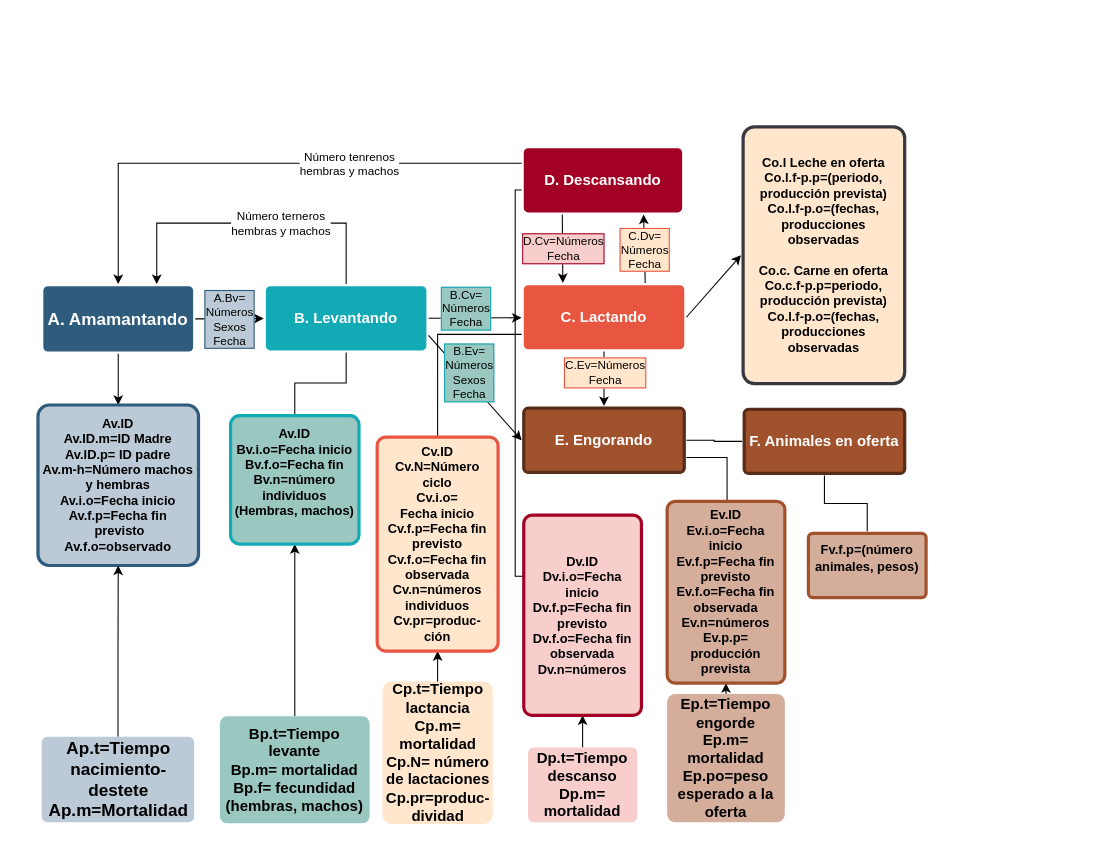
Above: CiclosBovinos.drawio in stdupas/app.agromaker (draw.io), before the change. Source tidied: cells renumbered, new cells numbered last; positions are measured from the earlier drawing's top-left corner, leaving out a move shared by most shapes. Both pictures are drawn from the tidied source at 107%, with x=0, y=0 at pixel (37, 126).
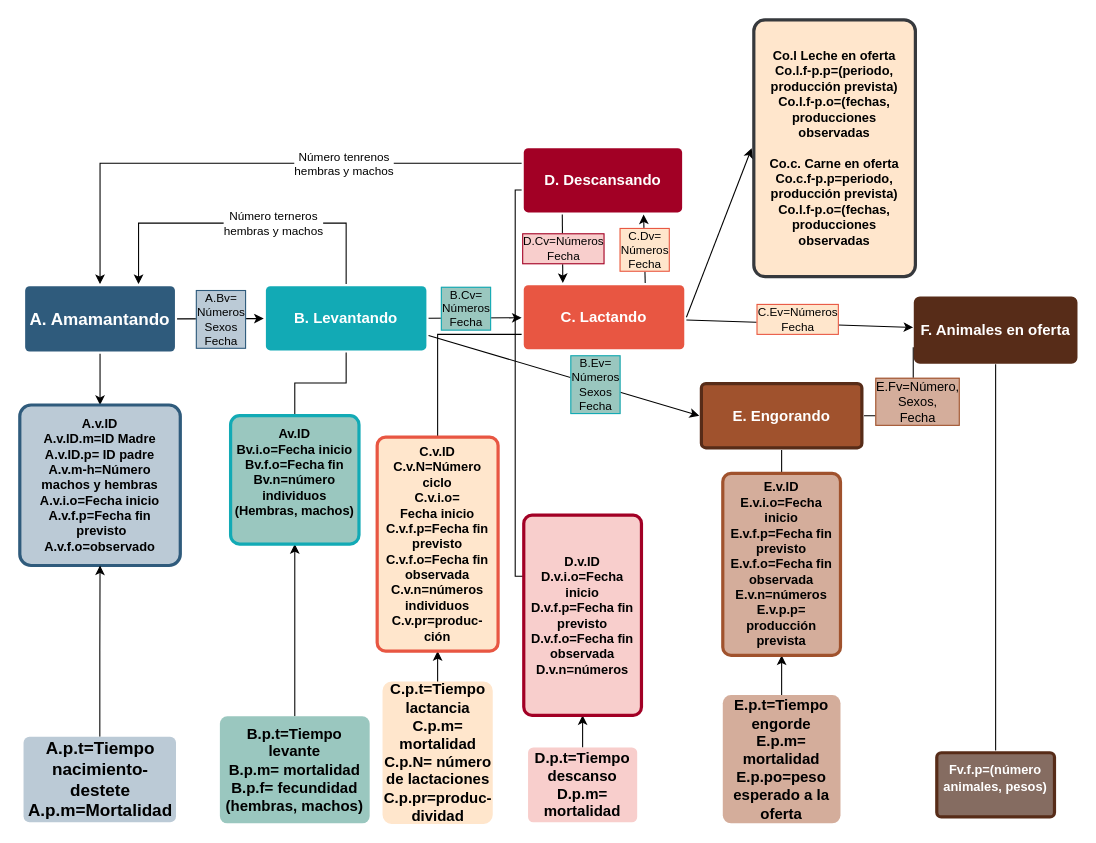
The same diagram, later.

Unchanged cells that the change refers to:
```xml
<mxCell id="4" value="C. Lactando" style="rounded=1;whiteSpace=wrap;html=1;shadow=0;labelBackgroundColor=none;strokeColor=none;strokeWidth=3;fillColor=#e85642;fontFamily=Helvetica;fontSize=14;fontColor=#FFFFFF;align=center;spacing=5;fontStyle=1;arcSize=7;perimeterSpacing=2;" parent="1" vertex="1">
  <mxGeometry x="454" y="148" width="150" height="60" as="geometry" />
</mxCell>
<mxCell id="12" value="B. Levantando" style="rounded=1;whiteSpace=wrap;html=1;shadow=0;labelBackgroundColor=none;strokeColor=none;strokeWidth=3;fillColor=#12aab5;fontFamily=Helvetica;fontSize=14;fontColor=#FFFFFF;align=center;spacing=5;fontStyle=1;arcSize=7;perimeterSpacing=2;" parent="1" vertex="1">
  <mxGeometry x="213" y="149" width="150" height="60" as="geometry" />
</mxCell>
<mxCell id="35" style="endArrow=classic;html=1;rounded=0;exitX=1;exitY=0.75;exitDx=0;exitDy=0;entryX=0;entryY=0.5;entryDx=0;entryDy=0;" parent="1" edge="1" source="12" target="7">
  <mxGeometry relative="1" as="geometry" />
</mxCell>
```

Change to the diagram source:
```diff
@@
     <mxCell id="3" value="A. Amamantando" style="rounded=1;whiteSpace=wrap;html=1;shadow=0;labelBackgroundColor=none;strokeColor=none;strokeWidth=3;fillColor=#2F5B7C;fontFamily=Helvetica;fontSize=16;fontColor=#FFFFFF;align=center;fontStyle=1;spacing=5;arcSize=7;perimeterSpacing=2;" parent="1" vertex="1">
-      <mxGeometry x="5" y="149" width="140" height="61" as="geometry" />
+      <mxGeometry x="-12" y="149" width="140" height="61" as="geometry" />
     </mxCell>
@@
     <mxCell id="5" value="&lt;div style=&quot;font-size: 12px;&quot;&gt;&lt;font style=&quot;font-size: 12px;&quot;&gt;&lt;b&gt;&lt;font style=&quot;font-size: 12px;&quot; color=&quot;#000000&quot;&gt;Co.l Leche en oferta&lt;/font&gt;&lt;/b&gt;&lt;/font&gt;&lt;div&gt;&lt;font style=&quot;font-size: 12px;&quot;&gt;&lt;b&gt;&lt;font style=&quot;font-size: 12px;&quot; color=&quot;#000000&quot;&gt;Co.l.f-p.p=(periodo, producción prevista)&lt;br&gt;&lt;/font&gt;&lt;/b&gt;&lt;/font&gt;&lt;/div&gt;&lt;div&gt;&lt;font style=&quot;font-size: 12px;&quot; color=&quot;#000000&quot;&gt;&lt;b&gt;Co.l.f-p.o=(fechas, producciones observadas&lt;/b&gt;&lt;/font&gt;&lt;/div&gt;&lt;div&gt;&lt;font style=&quot;font-size: 12px;&quot; color=&quot;#000000&quot;&gt;&lt;b&gt;&lt;br&gt;&lt;/b&gt;&lt;/font&gt;&lt;/div&gt;&lt;div&gt;&lt;font style=&quot;font-size: 12px;&quot; color=&quot;#000000&quot;&gt;&lt;b&gt;Co.c. Carne en oferta Co.c.f-p.p=&lt;/b&gt;&lt;/font&gt;&lt;font style=&quot;font-size: 12px;&quot;&gt;&lt;b&gt;&lt;font style=&quot;font-size: 12px;&quot; color=&quot;#000000&quot;&gt;periodo, producción prevista)&lt;br&gt;&lt;/font&gt;&lt;/b&gt;&lt;/font&gt;&lt;div&gt;&lt;font style=&quot;font-size: 12px;&quot; color=&quot;#000000&quot;&gt;&lt;b&gt;Co.l.f-p.o=(fechas, producciones observadas&lt;/b&gt;&lt;/font&gt;&lt;/div&gt;&lt;/div&gt;&lt;/div&gt;" style="rounded=1;whiteSpace=wrap;html=1;shadow=0;labelBackgroundColor=none;strokeColor=#36393D;strokeWidth=3;fillColor=#FFE6CC;fontFamily=Helvetica;fontSize=14;align=center;spacing=5;fontStyle=0;arcSize=7;perimeterSpacing=2;fontColor=#FFFFFF;" parent="1" vertex="1">
-      <mxGeometry x="659" width="151" height="240" as="geometry" />
+      <mxGeometry x="669" y="-100" width="151" height="240" as="geometry" />
     </mxCell>
-    <mxCell id="6" style="edgeStyle=orthogonalEdgeStyle;rounded=0;jettySize=auto;html=1;fontSize=12;fontColor=#000000;endArrow=none;endFill=0;" parent="1" edge="1" source="7" target="48">
+    <mxCell id="6" style="edgeStyle=orthogonalEdgeStyle;rounded=0;jettySize=auto;html=1;fontSize=12;fontColor=#000000;endArrow=none;endFill=0;entryX=0;entryY=0.75;entryDx=0;entryDy=0;" parent="1" edge="1" source="7" target="48">
       <mxGeometry relative="1" as="geometry" />
     </mxCell>
+    <mxCell id="49" value="&lt;div&gt;E.Fv=Número, &lt;br&gt;&lt;/div&gt;&lt;div&gt;Sexos, &lt;br&gt;&lt;/div&gt;&lt;div&gt;Fecha&lt;/div&gt;" style="edgeLabel;html=1;align=center;verticalAlign=middle;fontSize=12;fontColor=#000000;labelBackgroundColor=#D4AD9B;labelBorderColor=#A0522D;" parent="6" vertex="1">
+      <mxGeometry x="-0.15" relative="1" as="geometry">
+        <mxPoint x="3" y="-13" as="offset" />
+      </mxGeometry>
+    </mxCell>
     <mxCell id="7" value="E. Engorando" style="rounded=1;whiteSpace=wrap;html=1;shadow=0;labelBackgroundColor=none;strokeColor=#572C18;strokeWidth=3;fillColor=#A0522D;fontFamily=Helvetica;fontSize=14;fontColor=#FFFFFF;align=center;spacing=5;fontStyle=1;arcSize=7;perimeterSpacing=2;" parent="1" vertex="1">
-      <mxGeometry x="454" y="263" width="150" height="60" as="geometry" />
+      <mxGeometry x="620" y="240" width="150" height="60" as="geometry" />
     </mxCell>
@@
-    <mxCell id="9" value="&lt;font style=&quot;font-size: 12px;&quot;&gt;&lt;b&gt;Fv.f.p=(número animales, pesos)&lt;br&gt;&lt;/b&gt;&lt;/font&gt;&lt;div style=&quot;font-size: 12px;&quot;&gt;&lt;font style=&quot;font-size: 12px;&quot;&gt;&lt;b&gt;&lt;br&gt;&lt;/b&gt;&lt;/font&gt;&lt;/div&gt;" style="rounded=1;whiteSpace=wrap;html=1;shadow=0;labelBackgroundColor=none;strokeColor=#A0522D;strokeWidth=3;fillColor=#D4AD9B;fontFamily=Helvetica;fontSize=14;fontColor=#000000;align=center;spacing=5;arcSize=7;perimeterSpacing=2;" parent="1" vertex="1">
-      <mxGeometry x="720" y="380" width="110" height="60" as="geometry" />
+    <mxCell id="9" value="&lt;font style=&quot;font-size: 12px;&quot; color=&quot;#ffffff&quot;&gt;&lt;b&gt;Fv.f.p=(número animales, pesos)&lt;br&gt;&lt;/b&gt;&lt;/font&gt;&lt;div style=&quot;font-size: 12px;&quot;&gt;&lt;font style=&quot;font-size: 12px;&quot; color=&quot;#ffffff&quot;&gt;&lt;b&gt;&lt;br&gt;&lt;/b&gt;&lt;/font&gt;&lt;/div&gt;" style="rounded=1;whiteSpace=wrap;html=1;shadow=0;labelBackgroundColor=none;strokeColor=#572C18;strokeWidth=3;fillColor=#856C61;fontFamily=Helvetica;fontSize=14;fontColor=#000000;align=center;spacing=5;arcSize=7;perimeterSpacing=2;" parent="1" vertex="1">
+      <mxGeometry x="840" y="585" width="110" height="60" as="geometry" />
     </mxCell>
     <mxCell id="10" style="edgeStyle=orthogonalEdgeStyle;rounded=0;jettySize=auto;html=1;exitX=0.5;exitY=0;exitDx=0;exitDy=0;entryX=0.75;entryY=0;entryDx=0;entryDy=0;endArrow=classic;endFill=1;" parent="1" edge="1" source="12" target="3">
       <mxGeometry relative="1" as="geometry">
         <Array as="points">
           <mxPoint x="288" y="90" />
-          <mxPoint x="111" y="90" />
+          <mxPoint x="94" y="90" />
         </Array>
       </mxGeometry>
     </mxCell>
@@
-    <mxCell id="16" value="&lt;div style=&quot;font-size: 12px;&quot;&gt;Av.ID&lt;/div&gt;&lt;div style=&quot;font-size: 12px;&quot;&gt;Av.ID.m=ID Madre&lt;br style=&quot;font-size: 12px;&quot;&gt;&lt;/div&gt;&lt;div style=&quot;font-size: 12px;&quot;&gt;Av.ID.p= ID padre&lt;/div&gt;&lt;div style=&quot;font-size: 12px;&quot;&gt;Av.m-h=Número machos y hembras&lt;/div&gt;&lt;div style=&quot;font-size: 12px;&quot;&gt;Av.i.o=Fecha inicio&lt;/div&gt;&lt;div style=&quot;font-size: 12px;&quot;&gt;Av.f.p=Fecha fin&lt;br style=&quot;font-size: 12px;&quot;&gt;&lt;/div&gt;&lt;div style=&quot;font-size: 12px;&quot;&gt;&amp;nbsp;previsto&lt;/div&gt;&lt;div style=&quot;font-size: 12px;&quot;&gt;Av.f.o=observado&lt;br style=&quot;font-size: 12px;&quot;&gt;&lt;/div&gt;" style="rounded=1;whiteSpace=wrap;html=1;fontSize=12;fillColor=#BBCAD6;strokeColor=#2F5B7C;fontColor=#000000;shadow=0;labelBackgroundColor=none;strokeWidth=3;fontStyle=1;spacing=5;arcSize=7;" parent="1" vertex="1">
-      <mxGeometry y="260" width="150" height="150" as="geometry" />
+    <mxCell id="16" value="&lt;div style=&quot;font-size: 12px;&quot;&gt;A.v.ID&lt;/div&gt;&lt;div style=&quot;font-size: 12px;&quot;&gt;A.v.ID.m=ID Madre&lt;br style=&quot;font-size: 12px;&quot;&gt;&lt;/div&gt;&lt;div style=&quot;font-size: 12px;&quot;&gt;A.v.ID.p= ID padre&lt;/div&gt;&lt;div style=&quot;font-size: 12px;&quot;&gt;A.v.m-h=Número machos y hembras&lt;/div&gt;&lt;div style=&quot;font-size: 12px;&quot;&gt;A.v.i.o=Fecha inicio&lt;/div&gt;&lt;div style=&quot;font-size: 12px;&quot;&gt;A.v.f.p=Fecha fin&lt;br style=&quot;font-size: 12px;&quot;&gt;&lt;/div&gt;&lt;div style=&quot;font-size: 12px;&quot;&gt;&amp;nbsp;previsto&lt;/div&gt;&lt;div style=&quot;font-size: 12px;&quot;&gt;A.v.f.o=observado&lt;br style=&quot;font-size: 12px;&quot;&gt;&lt;/div&gt;" style="rounded=1;whiteSpace=wrap;html=1;fontSize=12;fillColor=#BBCAD6;strokeColor=#2F5B7C;fontColor=#000000;shadow=0;labelBackgroundColor=none;strokeWidth=3;fontStyle=1;spacing=5;arcSize=7;" parent="1" vertex="1">
+      <mxGeometry x="-17" y="260" width="150" height="150" as="geometry" />
     </mxCell>
@@
-    <mxCell id="18" value="&lt;div&gt;Ap.t=Tiempo nacimiento-destete&lt;/div&gt;&lt;div&gt;Ap.m=Mortalidad&lt;br&gt;&lt;/div&gt;" style="rounded=1;whiteSpace=wrap;html=1;fontSize=16;fillColor=#BBCAD6;strokeColor=none;fontColor=#000000;shadow=0;labelBackgroundColor=none;strokeWidth=3;fontStyle=1;spacing=5;arcSize=7;" parent="1" vertex="1">
-      <mxGeometry x="3.5" y="570" width="142.5" height="80" as="geometry" />
+    <mxCell id="18" value="&lt;div&gt;A.p.t=Tiempo nacimiento-destete&lt;/div&gt;&lt;div&gt;A.p.m=Mortalidad&lt;br&gt;&lt;/div&gt;" style="rounded=1;whiteSpace=wrap;html=1;fontSize=16;fillColor=#BBCAD6;strokeColor=none;fontColor=#000000;shadow=0;labelBackgroundColor=none;strokeWidth=3;fontStyle=1;spacing=5;arcSize=7;" parent="1" vertex="1">
+      <mxGeometry x="-13.5" y="570" width="142.5" height="80" as="geometry" />
     </mxCell>
@@
-    <mxCell id="20" value="&lt;div&gt;Bp.t=Tiempo levante&lt;/div&gt;&lt;div&gt;Bp.m= mortalidad&lt;/div&gt;&lt;div&gt;Bp.f= fecundidad (hembras, machos)&lt;br&gt;&lt;/div&gt;" style="rounded=1;whiteSpace=wrap;html=1;fontSize=14;fillColor=#9AC7BF;strokeColor=none;fontColor=#000000;shadow=0;labelBackgroundColor=none;strokeWidth=3;spacing=5;fontStyle=1;arcSize=7;" parent="1" vertex="1">
+    <mxCell id="20" value="&lt;div&gt;B.p.t=Tiempo levante&lt;/div&gt;&lt;div&gt;B.p.m= mortalidad&lt;/div&gt;&lt;div&gt;B.p.f= fecundidad (hembras, machos)&lt;br&gt;&lt;/div&gt;" style="rounded=1;whiteSpace=wrap;html=1;fontSize=14;fillColor=#9AC7BF;strokeColor=none;fontColor=#000000;shadow=0;labelBackgroundColor=none;strokeWidth=3;spacing=5;fontStyle=1;arcSize=7;" parent="1" vertex="1">
       <mxGeometry x="170" y="551" width="140" height="100" as="geometry" />
     </mxCell>
@@
-    <mxCell id="22" value="&lt;div&gt;Cp.t=Tiempo lactancia Cp.m= mortalidad&lt;/div&gt;&lt;div&gt;Cp.N= número de lactaciones&lt;/div&gt;&lt;div&gt;Cp.pr=produc- dividad&lt;br&gt;&lt;/div&gt;" style="rounded=1;whiteSpace=wrap;html=1;fontSize=14;fillColor=#FFE6CC;strokeColor=#FFE6CC;fontColor=#000000;shadow=0;labelBackgroundColor=none;strokeWidth=3;spacing=5;fontStyle=1;arcSize=7;" parent="1" vertex="1">
+    <mxCell id="22" value="&lt;div&gt;C.p.t=Tiempo lactancia C.p.m= mortalidad&lt;/div&gt;&lt;div&gt;C.p.N= número de lactaciones&lt;/div&gt;&lt;div&gt;C.p.pr=produc- dividad&lt;br&gt;&lt;/div&gt;" style="rounded=1;whiteSpace=wrap;html=1;fontSize=14;fillColor=#FFE6CC;strokeColor=#FFE6CC;fontColor=#000000;shadow=0;labelBackgroundColor=none;strokeWidth=3;spacing=5;fontStyle=1;arcSize=7;" parent="1" vertex="1">
       <mxGeometry x="323.5" y="520" width="100" height="130" as="geometry" />
     </mxCell>
@@
-    <mxCell id="24" value="&lt;div&gt;Ep.t=Tiempo engorde&lt;/div&gt;&lt;div&gt;Ep.m= mortalidad&lt;/div&gt;&lt;div&gt;Ep.po=peso esperado a la oferta&lt;br&gt;&lt;/div&gt;" style="rounded=1;whiteSpace=wrap;html=1;fontSize=14;fillColor=#D4AD9B;strokeColor=none;fontColor=#000000;shadow=0;labelBackgroundColor=none;strokeWidth=3;spacing=5;fontStyle=1;arcSize=7;" parent="1" vertex="1">
-      <mxGeometry x="588" y="530" width="110" height="120" as="geometry" />
+    <mxCell id="24" value="&lt;div&gt;E.p.t=Tiempo engorde&lt;/div&gt;&lt;div&gt;E.p.m= mortalidad&lt;/div&gt;&lt;div&gt;E.p.po=peso esperado a la oferta&lt;br&gt;&lt;/div&gt;" style="rounded=1;whiteSpace=wrap;html=1;fontSize=14;fillColor=#D4AD9B;strokeColor=none;fontColor=#000000;shadow=0;labelBackgroundColor=none;strokeWidth=3;spacing=5;fontStyle=1;arcSize=7;" parent="1" vertex="1">
+      <mxGeometry x="640" y="531" width="110" height="120" as="geometry" />
     </mxCell>
@@
-    <mxCell id="26" value="Dp.t=Tiempo descanso Dp.m= mortalidad" style="rounded=1;whiteSpace=wrap;html=1;fontSize=14;fillColor=#F8CECC;strokeColor=none;fontColor=#000000;shadow=0;labelBackgroundColor=none;strokeWidth=3;spacing=5;fontStyle=1;arcSize=7;" parent="1" vertex="1">
+    <mxCell id="26" value="D.p.t=Tiempo descanso D.p.m= mortalidad" style="rounded=1;whiteSpace=wrap;html=1;fontSize=14;fillColor=#F8CECC;strokeColor=none;fontColor=#000000;shadow=0;labelBackgroundColor=none;strokeWidth=3;spacing=5;fontStyle=1;arcSize=7;" parent="1" vertex="1">
       <mxGeometry x="458" y="580" width="102" height="70" as="geometry" />
     </mxCell>
@@
-    <mxCell id="29" style="edgeStyle=orthogonalEdgeStyle;rounded=0;jettySize=auto;html=1;entryX=1;entryY=0.75;entryDx=0;entryDy=0;endArrow=none;endFill=0;" parent="1" edge="1" source="30" target="7">
+    <mxCell id="29" style="edgeStyle=orthogonalEdgeStyle;rounded=0;jettySize=auto;html=1;entryX=0.5;entryY=1;entryDx=0;entryDy=0;endArrow=none;endFill=0;exitX=0.5;exitY=0;exitDx=0;exitDy=0;" parent="1" edge="1" source="30" target="7">
       <mxGeometry relative="1" as="geometry">
         <Array as="points">
-          <mxPoint x="644" y="309" />
+          <mxPoint x="695" y="340" />
+          <mxPoint x="695" y="340" />
         </Array>
       </mxGeometry>
     </mxCell>
-    <mxCell id="30" value="&lt;div style=&quot;font-size: 12px;&quot;&gt;Ev.ID&lt;br style=&quot;font-size: 12px;&quot;&gt;&lt;/div&gt;&lt;div style=&quot;font-size: 12px;&quot;&gt;Ev.i.o=Fecha inicio&lt;/div&gt;&lt;div style=&quot;font-size: 12px;&quot;&gt;Ev.f.p=Fecha fin&lt;/div&gt;&lt;div style=&quot;font-size: 12px;&quot;&gt;previsto&lt;/div&gt;&lt;div style=&quot;font-size: 12px;&quot;&gt;Ev.f.o=Fecha fin observada Ev.n=números&lt;/div&gt;&lt;div style=&quot;font-size: 12px;&quot;&gt;Ev.p.p= producción prevista&lt;br style=&quot;font-size: 12px;&quot;&gt;&lt;/div&gt;" style="rounded=1;whiteSpace=wrap;html=1;fontSize=12;fillColor=#D4AD9B;strokeColor=#A0522D;shadow=0;labelBackgroundColor=none;strokeWidth=3;fontStyle=1;spacing=5;arcSize=7;" parent="1" vertex="1">
-      <mxGeometry x="588" y="350" width="110" height="170" as="geometry" />
+    <mxCell id="30" value="&lt;div style=&quot;font-size: 12px;&quot;&gt;E.v.ID&lt;br style=&quot;font-size: 12px;&quot;&gt;&lt;/div&gt;&lt;div style=&quot;font-size: 12px;&quot;&gt;E.v.i.o=Fecha inicio&lt;/div&gt;&lt;div style=&quot;font-size: 12px;&quot;&gt;E.v.f.p=Fecha fin&lt;/div&gt;&lt;div style=&quot;font-size: 12px;&quot;&gt;previsto&lt;/div&gt;&lt;div style=&quot;font-size: 12px;&quot;&gt;E.v.f.o=Fecha fin observada E.v.n=números&lt;/div&gt;&lt;div style=&quot;font-size: 12px;&quot;&gt;E.v.p.p= producción prevista&lt;br style=&quot;font-size: 12px;&quot;&gt;&lt;/div&gt;" style="rounded=1;whiteSpace=wrap;html=1;fontSize=12;fillColor=#D4AD9B;strokeColor=#A0522D;shadow=0;labelBackgroundColor=none;strokeWidth=3;fontStyle=1;spacing=5;arcSize=7;" parent="1" vertex="1">
+      <mxGeometry x="640" y="324" width="110" height="170" as="geometry" />
     </mxCell>
@@
     <mxCell id="36" value="B.Ev=&lt;div&gt;Números&lt;/div&gt;&lt;div&gt;Sexos&lt;br&gt;&lt;/div&gt;&lt;div&gt;Fecha&lt;br&gt;&lt;/div&gt;" style="edgeLabel;html=1;align=center;verticalAlign=middle;labelBackgroundColor=#9AC7BF;labelBorderColor=#12AAB5;" parent="35" vertex="1">
       <mxGeometry relative="1" as="geometry">
-        <mxPoint x="-6" y="-15" as="offset" />
+        <mxPoint x="29" y="8" as="offset" />
       </mxGeometry>
     </mxCell>
-    <mxCell id="37" style="endArrow=classic;html=1;rounded=0;entryX=0.5;entryY=0;entryDx=0;entryDy=0;" parent="1" edge="1" source="4" target="7">
+    <mxCell id="37" style="endArrow=classic;html=1;rounded=0;" parent="1" edge="1" source="4" target="48">
       <mxGeometry relative="1" as="geometry" />
     </mxCell>
     <mxCell id="38" value="&lt;div&gt;C.Ev=Números&lt;/div&gt;&lt;div&gt;Fecha&lt;br&gt;&lt;/div&gt;" style="edgeLabel;html=1;align=center;verticalAlign=middle;labelBackgroundColor=#FFE6CC;labelBorderColor=#E85642;" parent="37" vertex="1">
       <mxGeometry relative="1" as="geometry">
-        <mxPoint y="-7" as="offset" />
+        <mxPoint x="-2" y="-4" as="offset" />
       </mxGeometry>
     </mxCell>
@@
-    <mxCell id="44" value="&lt;div style=&quot;font-size: 12px;&quot;&gt;&lt;font style=&quot;font-size: 12px;&quot;&gt;Cv.ID &lt;br style=&quot;font-size: 12px;&quot;&gt;&lt;/font&gt;&lt;/div&gt;&lt;div style=&quot;font-size: 12px;&quot;&gt;&lt;font style=&quot;font-size: 12px;&quot;&gt;Cv.N=Número ciclo&lt;br style=&quot;font-size: 12px;&quot;&gt;&lt;/font&gt;&lt;/div&gt;&lt;div style=&quot;font-size: 12px;&quot;&gt;&lt;font style=&quot;font-size: 12px;&quot;&gt;Cv.i.o=&lt;/font&gt;&lt;/div&gt;&lt;div style=&quot;font-size: 12px;&quot;&gt;&lt;font style=&quot;font-size: 12px;&quot;&gt;Fecha inicio&lt;/font&gt;&lt;/div&gt;&lt;div style=&quot;font-size: 12px;&quot;&gt;&lt;font style=&quot;font-size: 12px;&quot;&gt;Cv.f.p=Fecha fin&lt;/font&gt;&lt;/div&gt;&lt;div style=&quot;font-size: 12px;&quot;&gt;&lt;font style=&quot;font-size: 12px;&quot;&gt;previsto&lt;/font&gt;&lt;/div&gt;&lt;div style=&quot;font-size: 12px;&quot;&gt;&lt;font style=&quot;font-size: 12px;&quot;&gt;Cv.f.o=Fecha fin observada Cv.n=números individuos&lt;/font&gt;&lt;/div&gt;&lt;div style=&quot;font-size: 12px;&quot;&gt;&lt;font style=&quot;font-size: 12px;&quot;&gt;Cv.pr=produc-ción&lt;/font&gt;&lt;/div&gt;" style="rounded=1;whiteSpace=wrap;html=1;fontSize=12;fillColor=#ffe6cc;strokeColor=#E85642;shadow=0;labelBackgroundColor=none;strokeWidth=3;fontStyle=1;spacing=5;arcSize=7;" parent="1" vertex="1">
+    <mxCell id="44" value="&lt;div style=&quot;font-size: 12px;&quot;&gt;&lt;font style=&quot;font-size: 12px;&quot;&gt;C.v.ID &lt;br style=&quot;font-size: 12px;&quot;&gt;&lt;/font&gt;&lt;/div&gt;&lt;div style=&quot;font-size: 12px;&quot;&gt;&lt;font style=&quot;font-size: 12px;&quot;&gt;C.v.N=Número ciclo&lt;br style=&quot;font-size: 12px;&quot;&gt;&lt;/font&gt;&lt;/div&gt;&lt;div style=&quot;font-size: 12px;&quot;&gt;&lt;font style=&quot;font-size: 12px;&quot;&gt;C.v.i.o=&lt;/font&gt;&lt;/div&gt;&lt;div style=&quot;font-size: 12px;&quot;&gt;&lt;font style=&quot;font-size: 12px;&quot;&gt;Fecha inicio&lt;/font&gt;&lt;/div&gt;&lt;div style=&quot;font-size: 12px;&quot;&gt;&lt;font style=&quot;font-size: 12px;&quot;&gt;C.v.f.p=Fecha fin&lt;/font&gt;&lt;/div&gt;&lt;div style=&quot;font-size: 12px;&quot;&gt;&lt;font style=&quot;font-size: 12px;&quot;&gt;previsto&lt;/font&gt;&lt;/div&gt;&lt;div style=&quot;font-size: 12px;&quot;&gt;&lt;font style=&quot;font-size: 12px;&quot;&gt;C.v.f.o=Fecha fin observada C.v.n=números individuos&lt;/font&gt;&lt;/div&gt;&lt;div style=&quot;font-size: 12px;&quot;&gt;&lt;font style=&quot;font-size: 12px;&quot;&gt;C.v.pr=produc-ción&lt;/font&gt;&lt;/div&gt;" style="rounded=1;whiteSpace=wrap;html=1;fontSize=12;fillColor=#ffe6cc;strokeColor=#E85642;shadow=0;labelBackgroundColor=none;strokeWidth=3;fontStyle=1;spacing=5;arcSize=7;" parent="1" vertex="1">
       <mxGeometry x="317" y="290" width="113" height="200" as="geometry" />
     </mxCell>
@@
-    <mxCell id="47" value="&lt;div style=&quot;font-size: 12px;&quot;&gt;Dv.ID&lt;br style=&quot;font-size: 12px;&quot;&gt;&lt;/div&gt;&lt;div style=&quot;font-size: 12px;&quot;&gt;Dv.i.o=Fecha inicio&lt;/div&gt;&lt;div style=&quot;font-size: 12px;&quot;&gt;Dv.f.p=Fecha fin&lt;/div&gt;&lt;div style=&quot;font-size: 12px;&quot;&gt;previsto&lt;/div&gt;&lt;div style=&quot;font-size: 12px;&quot;&gt;Dv.f.o=Fecha fin observada Dv.n=números&lt;br style=&quot;font-size: 12px;&quot;&gt;&lt;/div&gt;" style="rounded=1;whiteSpace=wrap;html=1;fontSize=12;fillColor=#f8cecc;strokeColor=#A20025;shadow=0;labelBackgroundColor=none;strokeWidth=3;fontStyle=1;spacing=5;arcSize=7;" parent="1" vertex="1">
+    <mxCell id="47" value="&lt;div style=&quot;font-size: 12px;&quot;&gt;D.v.ID&lt;br style=&quot;font-size: 12px;&quot;&gt;&lt;/div&gt;&lt;div style=&quot;font-size: 12px;&quot;&gt;D.v.i.o=Fecha inicio&lt;/div&gt;&lt;div style=&quot;font-size: 12px;&quot;&gt;D.v.f.p=Fecha fin&lt;/div&gt;&lt;div style=&quot;font-size: 12px;&quot;&gt;previsto&lt;/div&gt;&lt;div style=&quot;font-size: 12px;&quot;&gt;D.v.f.o=Fecha fin observada D.v.n=números&lt;br style=&quot;font-size: 12px;&quot;&gt;&lt;/div&gt;" style="rounded=1;whiteSpace=wrap;html=1;fontSize=12;fillColor=#f8cecc;strokeColor=#A20025;shadow=0;labelBackgroundColor=none;strokeWidth=3;fontStyle=1;spacing=5;arcSize=7;" parent="1" vertex="1">
       <mxGeometry x="454" y="363" width="110" height="187" as="geometry" />
     </mxCell>
-    <mxCell id="48" value="F. Animales en oferta" style="rounded=1;whiteSpace=wrap;html=1;shadow=0;labelBackgroundColor=none;strokeColor=#572C18;strokeWidth=3;fillColor=#A0522D;fontFamily=Helvetica;fontSize=14;fontColor=#FFFFFF;align=center;spacing=5;fontStyle=1;arcSize=7;perimeterSpacing=2;" parent="1" vertex="1">
-      <mxGeometry x="660" y="264" width="150" height="60" as="geometry" />
+    <mxCell id="48" value="F. Animales en oferta" style="rounded=1;whiteSpace=wrap;html=1;shadow=0;labelBackgroundColor=none;strokeColor=#572C18;strokeWidth=3;fillColor=#572C18;fontFamily=Helvetica;fontSize=14;fontColor=#FFFFFF;align=center;spacing=5;fontStyle=1;arcSize=7;perimeterSpacing=2;" parent="1" vertex="1">
+      <mxGeometry x="820" y="160" width="150" height="60" as="geometry" />
     </mxCell>
```
